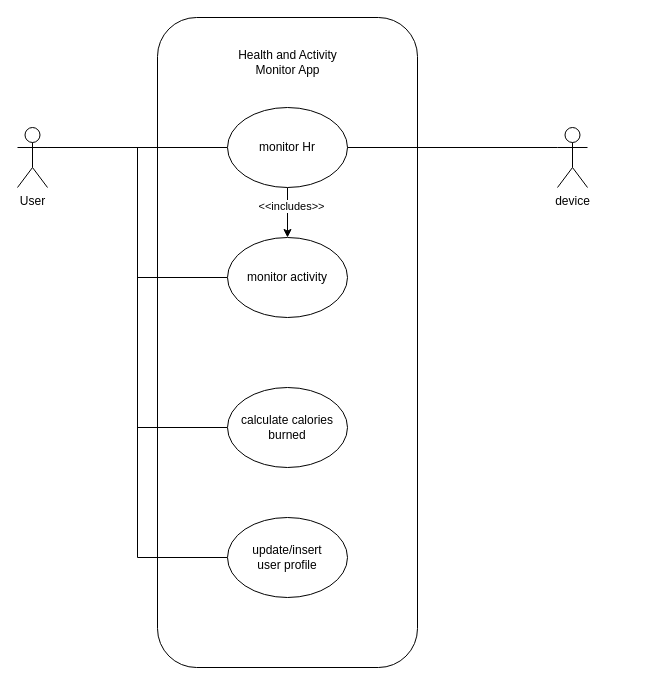
Above: my-thesis/diagrams/usecase.drawio in ba-nhermanto/thesis (draw.io), before the change. Source tidied: cells renumbered, new cells numbered last; positions are measured from the earlier drawing's top-left corner, leaving out a move shared by most shapes. Both pictures are drawn from the tidied source at 100%, with x=0, y=0 at pixel (17, 17).
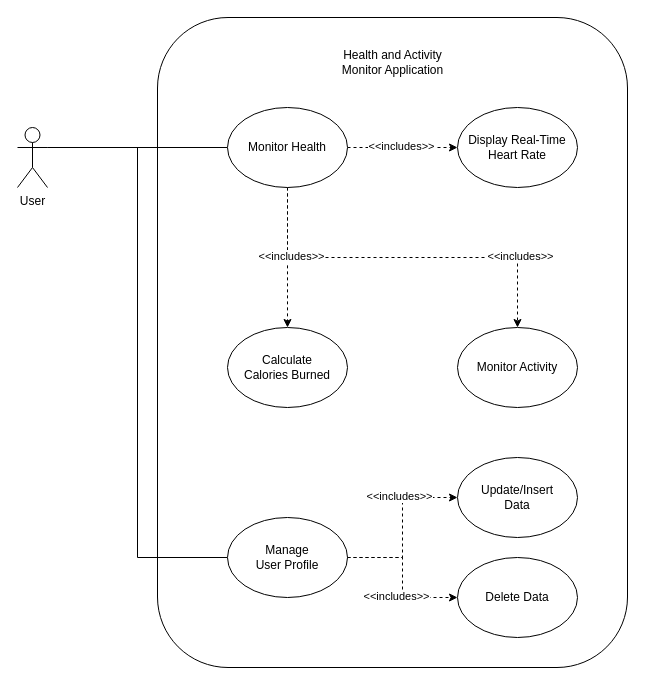
The same diagram, later.

Unchanged cells that the change refers to:
```xml
<mxCell id="7" value="User" style="shape=umlActor;verticalLabelPosition=bottom;verticalAlign=top;html=1;outlineConnect=0;" parent="1" vertex="1">
  <mxGeometry y="110" width="30" height="60" as="geometry" />
</mxCell>
```

Change to the diagram source:
```diff
@@
     <mxCell id="2" style="rounded=1;whiteSpace=wrap;html=1;" parent="1" vertex="1">
-      <mxGeometry x="140" width="260" height="650" as="geometry" />
+      <mxGeometry x="140" width="470" height="650" as="geometry" />
     </mxCell>
@@
-    <mxCell id="4" style="edgeStyle=orthogonalEdgeStyle;rounded=0;jettySize=auto;html=1;exitX=1;exitY=0.3333333333333333;exitDx=0;exitDy=0;exitPerimeter=0;entryX=0;entryY=0.5;entryDx=0;entryDy=0;endArrow=none;endFill=0;" parent="1" edge="1" source="7" target="16">
-      <mxGeometry relative="1" as="geometry" />
-    </mxCell>
@@
-    <mxCell id="6" style="edgeStyle=orthogonalEdgeStyle;rounded=0;jettySize=auto;html=1;exitX=1;exitY=0.3333333333333333;exitDx=0;exitDy=0;exitPerimeter=0;entryX=0;entryY=0.5;entryDx=0;entryDy=0;endArrow=none;endFill=0;" parent="1" edge="1" source="7" target="15">
-      <mxGeometry relative="1" as="geometry" />
-    </mxCell>
@@
-    <mxCell id="8" value="Health and Activity &lt;br&gt;Monitor App" style="text;html=1;strokeColor=none;fillColor=none;align=center;verticalAlign=middle;whiteSpace=wrap;rounded=0;" parent="1" vertex="1">
-      <mxGeometry x="197.5" y="30" width="145" height="30" as="geometry" />
+    <mxCell id="8" value="Health and Activity &lt;br&gt;Monitor Application" style="text;html=1;strokeColor=none;fillColor=none;align=center;verticalAlign=middle;whiteSpace=wrap;rounded=0;" parent="1" vertex="1">
+      <mxGeometry x="302.5" y="30" width="145" height="30" as="geometry" />
     </mxCell>
-    <mxCell id="9" style="edgeStyle=orthogonalEdgeStyle;rounded=0;jettySize=auto;html=1;exitX=0.5;exitY=1;exitDx=0;exitDy=0;entryX=0.5;entryY=0;entryDx=0;entryDy=0;" parent="1" edge="1" source="11" target="16">
+    <mxCell id="9" style="edgeStyle=orthogonalEdgeStyle;rounded=0;jettySize=auto;html=1;exitX=0.5;exitY=1;exitDx=0;exitDy=0;entryX=0.5;entryY=0;entryDx=0;entryDy=0;dashed=1;" parent="1" edge="1" source="11" target="16">
       <mxGeometry relative="1" as="geometry" />
     </mxCell>
     <mxCell id="10" value="&amp;lt;&amp;lt;includes&amp;gt;&amp;gt;" style="edgeLabel;html=1;align=center;verticalAlign=middle;" parent="9" vertex="1">
-      <mxGeometry x="-0.3" y="3" relative="1" as="geometry" />
+      <mxGeometry x="-0.3" y="3" relative="1" as="geometry">
+        <mxPoint x="172" y="1" as="offset" />
+      </mxGeometry>
     </mxCell>
+    <mxCell id="17" style="edgeStyle=orthogonalEdgeStyle;rounded=0;jettySize=auto;html=1;dashed=1;" parent="1" edge="1" source="11" target="21">
+      <mxGeometry relative="1" as="geometry" />
+    </mxCell>
+    <mxCell id="18" style="edgeStyle=orthogonalEdgeStyle;rounded=0;jettySize=auto;html=1;exitX=0;exitY=1;exitDx=0;exitDy=0;dashed=1;" parent="1" edge="1" source="11" target="15">
+      <mxGeometry relative="1" as="geometry">
+        <Array as="points">
+          <mxPoint x="270" y="158" />
+        </Array>
+      </mxGeometry>
+    </mxCell>
-    <mxCell id="11" value="monitor Hr" style="ellipse;whiteSpace=wrap;html=1;" parent="1" vertex="1">
+    <mxCell id="11" value="Monitor Health" style="ellipse;whiteSpace=wrap;html=1;" parent="1" vertex="1">
       <mxGeometry x="210" y="90" width="120" height="80" as="geometry" />
     </mxCell>
-    <mxCell id="12" style="edgeStyle=orthogonalEdgeStyle;rounded=0;jettySize=auto;html=1;exitX=0;exitY=0.3333333333333333;exitDx=0;exitDy=0;exitPerimeter=0;entryX=1;entryY=0.5;entryDx=0;entryDy=0;endArrow=none;endFill=0;" parent="1" edge="1" source="13" target="11">
-      <mxGeometry relative="1" as="geometry" />
-    </mxCell>
-    <mxCell id="13" value="device" style="shape=umlActor;verticalLabelPosition=bottom;verticalAlign=top;html=1;outlineConnect=0;" parent="1" vertex="1">
-      <mxGeometry x="540" y="110" width="30" height="60" as="geometry" />
-    </mxCell>
+    <mxCell id="19" style="edgeStyle=orthogonalEdgeStyle;rounded=0;jettySize=auto;html=1;dashed=1;" parent="1" edge="1" source="14" target="23">
+      <mxGeometry relative="1" as="geometry" />
+    </mxCell>
+    <mxCell id="20" value="&amp;lt;&amp;lt;includes&amp;gt;&amp;gt;" style="edgeLabel;html=1;align=center;verticalAlign=middle;" parent="19" vertex="1">
+      <mxGeometry x="0.03" y="-4" relative="1" as="geometry">
+        <mxPoint x="-8" y="-29" as="offset" />
+      </mxGeometry>
+    </mxCell>
-    <mxCell id="14" value="update/insert &lt;br&gt;user profile" style="ellipse;whiteSpace=wrap;html=1;" parent="1" vertex="1">
+    <mxCell id="14" value="Manage&lt;br&gt;User Profile" style="ellipse;whiteSpace=wrap;html=1;" parent="1" vertex="1">
       <mxGeometry x="210" y="500" width="120" height="80" as="geometry" />
     </mxCell>
-    <mxCell id="15" value="calculate calories&lt;br&gt;burned" style="ellipse;whiteSpace=wrap;html=1;" parent="1" vertex="1">
-      <mxGeometry x="210" y="370" width="120" height="80" as="geometry" />
+    <mxCell id="15" value="Calculate &lt;br&gt;Calories Burned" style="ellipse;whiteSpace=wrap;html=1;" parent="1" vertex="1">
+      <mxGeometry x="210" y="310" width="120" height="80" as="geometry" />
     </mxCell>
-    <mxCell id="16" value="monitor activity" style="ellipse;whiteSpace=wrap;html=1;" parent="1" vertex="1">
-      <mxGeometry x="210" y="220" width="120" height="80" as="geometry" />
+    <mxCell id="16" value="Monitor Activity" style="ellipse;whiteSpace=wrap;html=1;" parent="1" vertex="1">
+      <mxGeometry x="440" y="310" width="120" height="80" as="geometry" />
     </mxCell>
+    <mxCell id="21" value="Display Real-Time&lt;br&gt;Heart Rate" style="ellipse;whiteSpace=wrap;html=1;" parent="1" vertex="1">
+      <mxGeometry x="440" y="90" width="120" height="80" as="geometry" />
+    </mxCell>
+    <mxCell id="22" value="&amp;lt;&amp;lt;includes&amp;gt;&amp;gt;" style="edgeLabel;html=1;align=center;verticalAlign=middle;" parent="1" vertex="1">
+      <mxGeometry x="383" y="128" as="geometry" />
+    </mxCell>
+    <mxCell id="23" value="Update/Insert&lt;br&gt;Data" style="ellipse;whiteSpace=wrap;html=1;" parent="1" vertex="1">
+      <mxGeometry x="440" y="440" width="120" height="80" as="geometry" />
+    </mxCell>
+    <mxCell id="24" value="&amp;lt;&amp;lt;includes&amp;gt;&amp;gt;" style="edgeLabel;html=1;align=center;verticalAlign=middle;" parent="1" vertex="1">
+      <mxGeometry x="251" y="238" as="geometry">
+        <mxPoint x="22" as="offset" />
+      </mxGeometry>
+    </mxCell>
+    <mxCell id="25" style="edgeStyle=orthogonalEdgeStyle;rounded=0;jettySize=auto;html=1;exitX=1;exitY=0.5;exitDx=0;exitDy=0;dashed=1;" parent="1" edge="1" source="14" target="27">
+      <mxGeometry relative="1" as="geometry" />
+    </mxCell>
+    <mxCell id="26" value="&amp;lt;&amp;lt;includes&amp;gt;&amp;gt;" style="edgeLabel;html=1;align=center;verticalAlign=middle;" parent="25" vertex="1">
+      <mxGeometry x="0.03" y="-4" relative="1" as="geometry">
+        <mxPoint x="-3" y="16" as="offset" />
+      </mxGeometry>
+    </mxCell>
+    <mxCell id="27" value="Delete Data" style="ellipse;whiteSpace=wrap;html=1;" parent="1" vertex="1">
+      <mxGeometry x="440" y="540" width="120" height="80" as="geometry" />
+    </mxCell>
```
